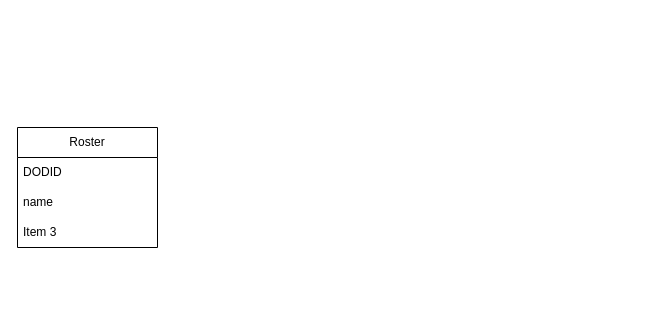
Above: Untitled Diagram.drawio in TeaganGilbert/demo-repo (draw.io), before the change. Source tidied: cells renumbered, new cells numbered last; positions are measured from the earlier drawing's top-left corner, leaving out a move shared by most shapes. Both pictures are drawn from the tidied source at 100%, with x=0, y=0 at pixel (17, 127).
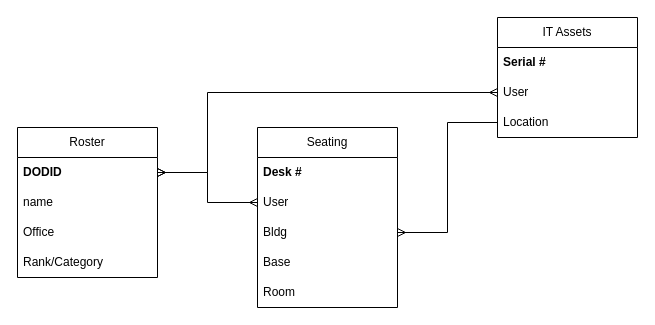
Above is the later version.

Change to the diagram source:
```diff
@@
     <mxCell id="2" value="Roster" style="swimlane;fontStyle=0;horizontal=1;startSize=30;whiteSpace=wrap;html=1;" parent="1" vertex="1">
-      <mxGeometry width="140" height="120" as="geometry" />
+      <mxGeometry width="140" height="150" as="geometry" />
     </mxCell>
-    <mxCell id="3" value="DODID" style="text;strokeColor=none;fillColor=none;align=left;verticalAlign=middle;spacingLeft=4;spacingRight=4;overflow=hidden;points=[[0,0.5],[1,0.5]];portConstraint=eastwest;whiteSpace=wrap;html=1;" parent="2" vertex="1">
+    <mxCell id="3" value="DODID" style="text;strokeColor=none;fillColor=none;align=left;verticalAlign=middle;spacingLeft=4;spacingRight=4;overflow=hidden;points=[[0,0.5],[1,0.5]];portConstraint=eastwest;whiteSpace=wrap;html=1;fontStyle=1;" parent="2" vertex="1">
       <mxGeometry y="30" width="140" height="30" as="geometry" />
     </mxCell>
@@
-    <mxCell id="5" value="Item 3" style="text;strokeColor=none;fillColor=none;align=left;verticalAlign=middle;spacingLeft=4;spacingRight=4;overflow=hidden;whiteSpace=wrap;html=1;" parent="2" vertex="1">
+    <mxCell id="5" value="Office" style="text;strokeColor=none;fillColor=none;align=left;verticalAlign=middle;spacingLeft=4;spacingRight=4;overflow=hidden;whiteSpace=wrap;html=1;" parent="2" vertex="1">
       <mxGeometry y="90" width="140" height="30" as="geometry" />
     </mxCell>
+    <mxCell id="6" value="Rank/Category" style="text;strokeColor=none;fillColor=none;align=left;verticalAlign=middle;spacingLeft=4;spacingRight=4;overflow=hidden;whiteSpace=wrap;html=1;" parent="2" vertex="1">
+      <mxGeometry y="120" width="140" height="30" as="geometry" />
+    </mxCell>
+    <mxCell id="7" value="Seating" style="swimlane;fontStyle=0;horizontal=1;startSize=30;whiteSpace=wrap;html=1;" parent="1" vertex="1">
+      <mxGeometry x="240" width="140" height="180" as="geometry" />
+    </mxCell>
+    <mxCell id="8" value="Desk #" style="text;strokeColor=none;fillColor=none;align=left;verticalAlign=middle;spacingLeft=4;spacingRight=4;overflow=hidden;whiteSpace=wrap;html=1;fontStyle=1;" parent="7" vertex="1">
+      <mxGeometry y="30" width="140" height="30" as="geometry" />
+    </mxCell>
+    <mxCell id="9" value="User" style="text;strokeColor=none;fillColor=none;align=left;verticalAlign=middle;spacingLeft=4;spacingRight=4;overflow=hidden;points=[[0,0.5],[1,0.5]];portConstraint=eastwest;whiteSpace=wrap;html=1;" parent="7" vertex="1">
+      <mxGeometry y="60" width="140" height="30" as="geometry" />
+    </mxCell>
+    <mxCell id="10" value="Bldg" style="text;strokeColor=none;fillColor=none;align=left;verticalAlign=middle;spacingLeft=4;spacingRight=4;overflow=hidden;points=[[0,0.5],[1,0.5]];portConstraint=eastwest;whiteSpace=wrap;html=1;" parent="7" vertex="1">
+      <mxGeometry y="90" width="140" height="30" as="geometry" />
+    </mxCell>
+    <mxCell id="11" value="Base" style="text;strokeColor=none;fillColor=none;align=left;verticalAlign=middle;spacingLeft=4;spacingRight=4;overflow=hidden;whiteSpace=wrap;html=1;" parent="7" vertex="1">
+      <mxGeometry y="120" width="140" height="30" as="geometry" />
+    </mxCell>
+    <mxCell id="12" value="Room" style="text;strokeColor=none;fillColor=none;align=left;verticalAlign=middle;spacingLeft=4;spacingRight=4;overflow=hidden;whiteSpace=wrap;html=1;" parent="7" vertex="1">
+      <mxGeometry y="150" width="140" height="30" as="geometry" />
+    </mxCell>
+    <mxCell id="13" style="endArrow=ERmany;html=1;rounded=0;exitX=1;exitY=0.5;exitDx=0;exitDy=0;entryX=0;entryY=0.5;entryDx=0;entryDy=0;edgeStyle=orthogonalEdgeStyle;startArrow=ERmany;startFill=0;endFill=0;" parent="1" edge="1" source="3" target="9">
+      <mxGeometry relative="1" as="geometry" />
+    </mxCell>
+    <mxCell id="14" value="IT Assets" style="swimlane;fontStyle=0;horizontal=1;startSize=30;whiteSpace=wrap;html=1;" parent="1" vertex="1">
+      <mxGeometry x="480" y="-110" width="140" height="120" as="geometry" />
+    </mxCell>
+    <mxCell id="15" value="Serial #" style="text;align=left;verticalAlign=middle;spacingLeft=4;spacingRight=4;overflow=hidden;whiteSpace=wrap;html=1;shadow=0;fontStyle=1;" parent="14" vertex="1">
+      <mxGeometry y="30" width="140" height="30" as="geometry" />
+    </mxCell>
+    <mxCell id="16" value="User" style="text;strokeColor=none;fillColor=none;align=left;verticalAlign=middle;spacingLeft=4;spacingRight=4;overflow=hidden;points=[[0,0.5],[1,0.5]];portConstraint=eastwest;whiteSpace=wrap;html=1;" parent="14" vertex="1">
+      <mxGeometry y="60" width="140" height="30" as="geometry" />
+    </mxCell>
+    <mxCell id="17" value="Location" style="text;strokeColor=none;fillColor=none;align=left;verticalAlign=middle;spacingLeft=4;spacingRight=4;overflow=hidden;points=[[0,0.5],[1,0.5]];portConstraint=eastwest;whiteSpace=wrap;html=1;" parent="14" vertex="1">
+      <mxGeometry y="90" width="140" height="30" as="geometry" />
+    </mxCell>
+    <mxCell id="18" style="endArrow=ERmany;html=1;rounded=0;exitX=1;exitY=0.5;exitDx=0;exitDy=0;entryX=0;entryY=0.5;entryDx=0;entryDy=0;edgeStyle=orthogonalEdgeStyle;startArrow=ERmany;startFill=0;endFill=0;" parent="1" edge="1" source="3" target="16">
+      <mxGeometry relative="1" as="geometry">
+        <Array as="points">
+          <mxPoint x="190" y="45" />
+          <mxPoint x="190" y="-35" />
+        </Array>
+      </mxGeometry>
+    </mxCell>
+    <mxCell id="19" style="endArrow=none;html=1;rounded=0;exitX=1;exitY=0.5;exitDx=0;exitDy=0;entryX=0;entryY=0.5;entryDx=0;entryDy=0;edgeStyle=orthogonalEdgeStyle;startArrow=ERmany;startFill=0;endFill=0;" parent="1" edge="1" source="10" target="17">
+      <mxGeometry relative="1" as="geometry">
+        <Array as="points">
+          <mxPoint x="430" y="105" />
+          <mxPoint x="430" y="-5" />
+        </Array>
+      </mxGeometry>
+    </mxCell>
```
